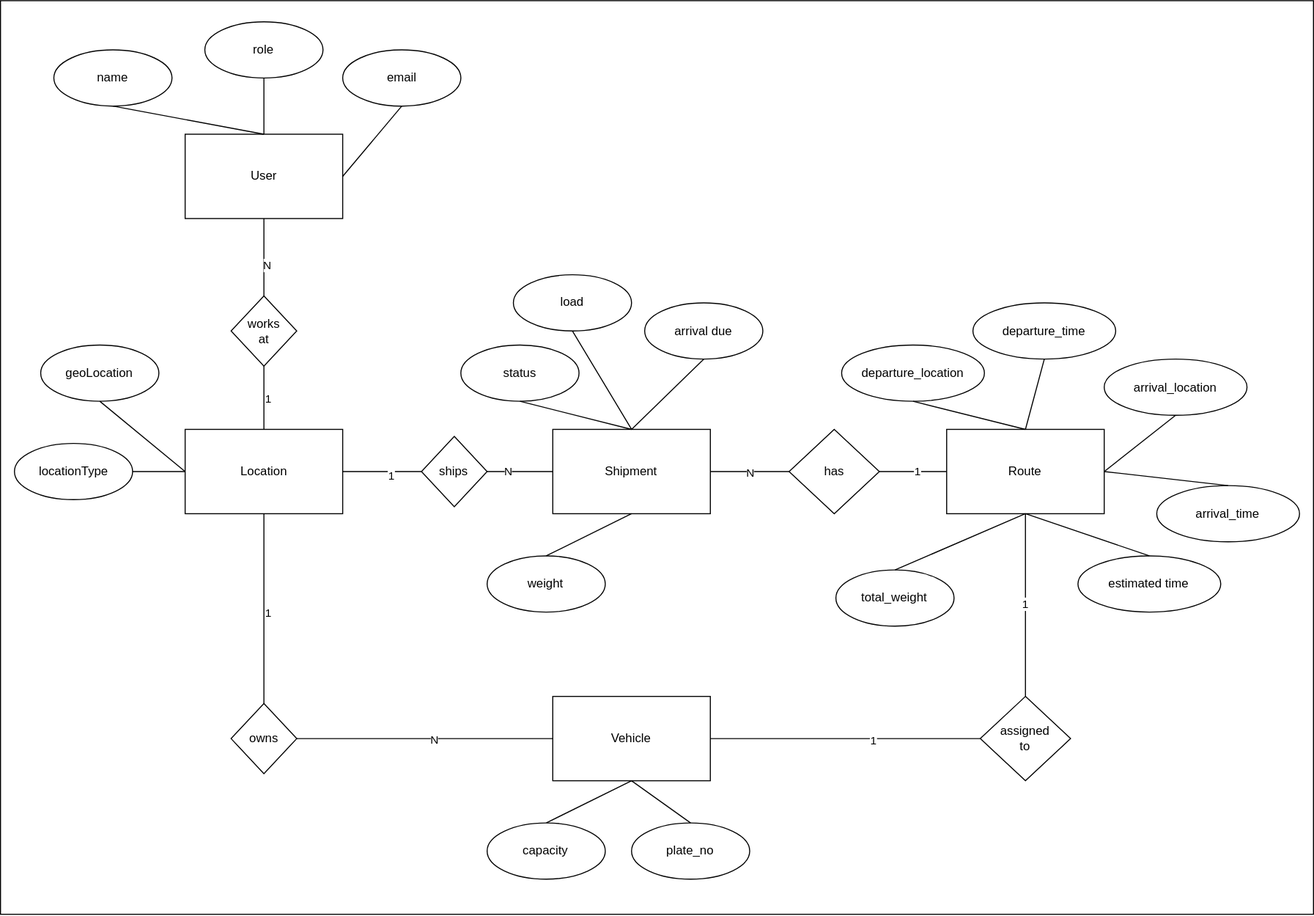
Before: datenmodell.drawio.svg, a diagram exported from draw.io (ISxOdin/neurofleet_public). Source tidied: cells renumbered, new cells last; positions are measured from the earlier drawing's top-left corner, leaving out a move shared by most shapes. Source of this version:
```xml
<mxGraphModel background="#ffffff">
  <root>
    <mxCell id="0" />
    <mxCell id="1" parent="0" />
    <mxCell id="2" style="group;" parent="1" vertex="1">
      <mxGeometry width="1280" height="890" as="geometry" />
    </mxCell>
    <mxCell id="3" style="rounded=0;whiteSpace=wrap;html=1;" parent="2" vertex="1">
      <mxGeometry width="1280" height="890" as="geometry" />
    </mxCell>
    <mxCell id="4" value="Location" style="rounded=0;whiteSpace=wrap;html=1;" parent="2" vertex="1">
      <mxGeometry x="180" y="417.6" width="153.6" height="82.2" as="geometry" />
    </mxCell>
    <mxCell id="5" value="locationType" style="ellipse;whiteSpace=wrap;html=1;rounded=0;" parent="2" vertex="1">
      <mxGeometry x="13.6" y="431.3" width="115.2" height="54.8" as="geometry" />
    </mxCell>
    <mxCell id="6" value="geoLocation" style="ellipse;whiteSpace=wrap;html=1;rounded=0;" parent="2" vertex="1">
      <mxGeometry x="39.2" y="335.5" width="115.2" height="54.8" as="geometry" />
    </mxCell>
    <mxCell id="7" value="owns" style="rhombus;whiteSpace=wrap;html=1;rounded=0;" parent="2" vertex="1">
      <mxGeometry x="224.8" y="684.6" width="64" height="68.5" as="geometry" />
    </mxCell>
    <mxCell id="8" style="endArrow=none;html=1;entryX=0.5;entryY=1;entryDx=0;entryDy=0;exitX=0.5;exitY=0;exitDx=0;exitDy=0;" parent="2" edge="1" source="7" target="4">
      <mxGeometry relative="1" as="geometry" />
    </mxCell>
    <mxCell id="9" value="1" style="edgeLabel;html=1;align=center;verticalAlign=middle;" parent="8" vertex="1">
      <mxGeometry x="-0.05" y="-3" relative="1" as="geometry" />
    </mxCell>
    <mxCell id="10" style="endArrow=none;html=1;entryX=1;entryY=0.5;entryDx=0;entryDy=0;exitX=0;exitY=0.5;exitDx=0;exitDy=0;" parent="2" edge="1" source="4" target="5">
      <mxGeometry relative="1" as="geometry" />
    </mxCell>
    <mxCell id="11" style="endArrow=none;html=1;entryX=0.5;entryY=1;entryDx=0;entryDy=0;exitX=0;exitY=0.5;exitDx=0;exitDy=0;" parent="2" edge="1" source="4" target="6">
      <mxGeometry relative="1" as="geometry" />
    </mxCell>
    <mxCell id="12" value="Vehicle" style="whiteSpace=wrap;html=1;rounded=0;" parent="2" vertex="1">
      <mxGeometry x="538.4" y="677.8" width="153.6" height="82.2" as="geometry" />
    </mxCell>
    <mxCell id="13" style="endArrow=none;html=1;entryX=0;entryY=0.5;entryDx=0;entryDy=0;exitX=1;exitY=0.5;exitDx=0;exitDy=0;" parent="2" edge="1" source="7" target="12">
      <mxGeometry relative="1" as="geometry" />
    </mxCell>
    <mxCell id="14" value="N" style="edgeLabel;html=1;align=center;verticalAlign=middle;" parent="13" vertex="1">
      <mxGeometry x="0.07" relative="1" as="geometry" />
    </mxCell>
    <mxCell id="15" style="endArrow=none;html=1;entryX=0.5;entryY=1;entryDx=0;entryDy=0;exitX=0.5;exitY=0;exitDx=0;exitDy=0;" parent="2" edge="1" source="21" target="12">
      <mxGeometry relative="1" as="geometry" />
    </mxCell>
    <mxCell id="16" value="Shipment" style="rounded=0;whiteSpace=wrap;html=1;" parent="2" vertex="1">
      <mxGeometry x="538.4" y="417.6" width="153.6" height="82.2" as="geometry" />
    </mxCell>
    <mxCell id="17" value="ships" style="rhombus;whiteSpace=wrap;html=1;rounded=0;" parent="2" vertex="1">
      <mxGeometry x="410.4" y="424.5" width="64" height="68.5" as="geometry" />
    </mxCell>
    <mxCell id="18" style="endArrow=none;html=1;entryX=0;entryY=0.5;entryDx=0;entryDy=0;exitX=1;exitY=0.5;exitDx=0;exitDy=0;" parent="2" edge="1" source="4" target="17">
      <mxGeometry relative="1" as="geometry" />
    </mxCell>
    <mxCell id="19" value="1" style="edgeLabel;html=1;align=center;verticalAlign=middle;" parent="18" vertex="1">
      <mxGeometry x="0.2" y="-3" relative="1" as="geometry" />
    </mxCell>
    <mxCell id="20" value="Route" style="rounded=0;whiteSpace=wrap;html=1;" parent="2" vertex="1">
      <mxGeometry x="922.4" y="417.6" width="153.6" height="82.2" as="geometry" />
    </mxCell>
    <mxCell id="21" value="capacity" style="ellipse;whiteSpace=wrap;html=1;rounded=0;" parent="2" vertex="1">
      <mxGeometry x="474.4" y="801" width="115.2" height="54.8" as="geometry" />
    </mxCell>
    <mxCell id="22" value="status" style="ellipse;whiteSpace=wrap;html=1;rounded=0;" parent="2" vertex="1">
      <mxGeometry x="448.8" y="335.5" width="115.2" height="54.8" as="geometry" />
    </mxCell>
    <mxCell id="23" value="load" style="ellipse;whiteSpace=wrap;html=1;rounded=0;" parent="2" vertex="1">
      <mxGeometry x="500" y="267" width="115.2" height="54.8" as="geometry" />
    </mxCell>
    <mxCell id="24" value="assigned&lt;div&gt;to&lt;/div&gt;" style="rhombus;whiteSpace=wrap;html=1;rounded=0;" parent="2" vertex="1">
      <mxGeometry x="955.2" y="677.8" width="88" height="82.2" as="geometry" />
    </mxCell>
    <mxCell id="25" value="1" style="endArrow=none;html=1;entryX=0.5;entryY=0;entryDx=0;entryDy=0;exitX=0.5;exitY=1;exitDx=0;exitDy=0;" parent="2" edge="1" source="20" target="24">
      <mxGeometry relative="1" as="geometry" />
    </mxCell>
    <mxCell id="26" style="endArrow=none;html=1;entryX=1;entryY=0.5;entryDx=0;entryDy=0;exitX=0;exitY=0.5;exitDx=0;exitDy=0;" parent="2" edge="1" source="24" target="12">
      <mxGeometry relative="1" as="geometry" />
    </mxCell>
    <mxCell id="27" value="1" style="edgeLabel;html=1;align=center;verticalAlign=middle;" parent="26" vertex="1">
      <mxGeometry x="-0.2" y="1" relative="1" as="geometry" />
    </mxCell>
    <mxCell id="28" style="endArrow=none;html=1;entryX=0.5;entryY=0;entryDx=0;entryDy=0;exitX=0.5;exitY=1;exitDx=0;exitDy=0;" parent="2" edge="1" source="22" target="16">
      <mxGeometry relative="1" as="geometry" />
    </mxCell>
    <mxCell id="29" style="endArrow=none;html=1;entryX=0.5;entryY=1;entryDx=0;entryDy=0;exitX=0.5;exitY=0;exitDx=0;exitDy=0;" parent="2" edge="1" source="16" target="23">
      <mxGeometry relative="1" as="geometry" />
    </mxCell>
    <mxCell id="30" style="endArrow=none;html=1;entryX=0;entryY=0.5;entryDx=0;entryDy=0;exitX=1;exitY=0.5;exitDx=0;exitDy=0;" parent="2" edge="1" source="17" target="16">
      <mxGeometry relative="1" as="geometry" />
    </mxCell>
    <mxCell id="31" value="N" style="edgeLabel;html=1;align=center;verticalAlign=middle;" parent="30" vertex="1">
      <mxGeometry x="-0.36" y="1" relative="1" as="geometry" />
    </mxCell>
    <mxCell id="32" value="arrival due" style="ellipse;whiteSpace=wrap;html=1;rounded=0;" parent="2" vertex="1">
      <mxGeometry x="628" y="294.4" width="115.2" height="54.8" as="geometry" />
    </mxCell>
    <mxCell id="33" style="endArrow=none;html=1;entryX=0.5;entryY=1;entryDx=0;entryDy=0;exitX=0.5;exitY=0;exitDx=0;exitDy=0;" parent="2" edge="1" source="16" target="32">
      <mxGeometry relative="1" as="geometry" />
    </mxCell>
    <mxCell id="34" value="has" style="rhombus;whiteSpace=wrap;html=1;rounded=0;" parent="2" vertex="1">
      <mxGeometry x="768.8" y="417.6" width="88" height="82.2" as="geometry" />
    </mxCell>
    <mxCell id="35" style="endArrow=none;html=1;entryX=0;entryY=0.5;entryDx=0;entryDy=0;exitX=1;exitY=0.5;exitDx=0;exitDy=0;" parent="2" edge="1" source="34" target="20">
      <mxGeometry relative="1" as="geometry" />
    </mxCell>
    <mxCell id="36" value="1" style="edgeLabel;html=1;align=center;verticalAlign=middle;" parent="35" vertex="1">
      <mxGeometry x="0.14" y="1" relative="1" as="geometry" />
    </mxCell>
    <mxCell id="37" style="endArrow=none;html=1;entryX=0;entryY=0.5;entryDx=0;entryDy=0;exitX=1;exitY=0.5;exitDx=0;exitDy=0;" parent="2" edge="1" source="16" target="34">
      <mxGeometry relative="1" as="geometry" />
    </mxCell>
    <mxCell id="38" value="N" style="edgeLabel;html=1;align=center;verticalAlign=middle;" parent="37" vertex="1">
      <mxGeometry relative="1" as="geometry" />
    </mxCell>
    <mxCell id="39" value="departure_time" style="ellipse;whiteSpace=wrap;html=1;rounded=0;" parent="2" vertex="1">
      <mxGeometry x="948" y="294.4" width="139.2" height="54.8" as="geometry" />
    </mxCell>
    <mxCell id="40" value="arrival_time" style="ellipse;whiteSpace=wrap;html=1;rounded=0;" parent="2" vertex="1">
      <mxGeometry x="1127.2" y="472.4" width="139.2" height="54.8" as="geometry" />
    </mxCell>
    <mxCell id="41" value="departure_location" style="ellipse;whiteSpace=wrap;html=1;rounded=0;" parent="2" vertex="1">
      <mxGeometry x="820" y="335.5" width="139.2" height="54.8" as="geometry" />
    </mxCell>
    <mxCell id="42" value="arrival_location" style="ellipse;whiteSpace=wrap;html=1;rounded=0;" parent="2" vertex="1">
      <mxGeometry x="1076" y="349.2" width="139.2" height="54.8" as="geometry" />
    </mxCell>
    <mxCell id="43" style="endArrow=none;html=1;entryX=0.5;entryY=0;entryDx=0;entryDy=0;exitX=0.5;exitY=1;exitDx=0;exitDy=0;" parent="2" edge="1" source="39" target="20">
      <mxGeometry relative="1" as="geometry" />
    </mxCell>
    <mxCell id="44" style="endArrow=none;html=1;entryX=0.5;entryY=0;entryDx=0;entryDy=0;exitX=0.5;exitY=1;exitDx=0;exitDy=0;" parent="2" edge="1" source="41" target="20">
      <mxGeometry relative="1" as="geometry" />
    </mxCell>
    <mxCell id="45" style="endArrow=none;html=1;entryX=1;entryY=0.5;entryDx=0;entryDy=0;exitX=0.5;exitY=1;exitDx=0;exitDy=0;" parent="2" edge="1" source="42" target="20">
      <mxGeometry relative="1" as="geometry" />
    </mxCell>
    <mxCell id="46" style="endArrow=none;html=1;entryX=1;entryY=0.5;entryDx=0;entryDy=0;exitX=0.5;exitY=0;exitDx=0;exitDy=0;" parent="2" edge="1" source="40" target="20">
      <mxGeometry relative="1" as="geometry" />
    </mxCell>
    <mxCell id="47" value="plate_no" style="ellipse;whiteSpace=wrap;html=1;rounded=0;" parent="2" vertex="1">
      <mxGeometry x="615.2" y="801" width="115.2" height="54.8" as="geometry" />
    </mxCell>
    <mxCell id="48" style="endArrow=none;html=1;entryX=0.5;entryY=0;entryDx=0;entryDy=0;exitX=0.5;exitY=1;exitDx=0;exitDy=0;" parent="2" edge="1" source="12" target="47">
      <mxGeometry relative="1" as="geometry" />
    </mxCell>
    <mxCell id="49" value="estimated time" style="ellipse;whiteSpace=wrap;html=1;rounded=0;" parent="2" vertex="1">
      <mxGeometry x="1050.4" y="540.8" width="139.2" height="54.8" as="geometry" />
    </mxCell>
    <mxCell id="50" style="endArrow=none;html=1;entryX=0.5;entryY=1;entryDx=0;entryDy=0;exitX=0.5;exitY=0;exitDx=0;exitDy=0;" parent="2" edge="1" source="49" target="20">
      <mxGeometry relative="1" as="geometry" />
    </mxCell>
    <mxCell id="51" value="works&lt;div&gt;at&lt;/div&gt;" style="rhombus;whiteSpace=wrap;html=1;rounded=0;" parent="2" vertex="1">
      <mxGeometry x="224.8" y="287.5" width="64" height="68.5" as="geometry" />
    </mxCell>
    <mxCell id="52" value="User" style="whiteSpace=wrap;html=1;rounded=0;" parent="2" vertex="1">
      <mxGeometry x="180" y="130.1" width="153.6" height="82.2" as="geometry" />
    </mxCell>
    <mxCell id="53" style="endArrow=none;html=1;entryX=0.5;entryY=1;entryDx=0;entryDy=0;exitX=0.5;exitY=0;exitDx=0;exitDy=0;" parent="2" edge="1" source="51" target="52">
      <mxGeometry relative="1" as="geometry" />
    </mxCell>
    <mxCell id="54" value="N" style="edgeLabel;html=1;align=center;verticalAlign=middle;" parent="53" vertex="1">
      <mxGeometry x="-0.21" y="-2" relative="1" as="geometry" />
    </mxCell>
    <mxCell id="55" style="endArrow=none;html=1;entryX=0.5;entryY=1;entryDx=0;entryDy=0;exitX=0.5;exitY=0;exitDx=0;exitDy=0;" parent="2" edge="1" source="4" target="51">
      <mxGeometry relative="1" as="geometry" />
    </mxCell>
    <mxCell id="56" value="1" style="edgeLabel;html=1;align=center;verticalAlign=middle;" parent="55" vertex="1">
      <mxGeometry x="-0.05" y="-3" relative="1" as="geometry" />
    </mxCell>
    <mxCell id="57" value="name" style="ellipse;whiteSpace=wrap;html=1;rounded=0;" parent="2" vertex="1">
      <mxGeometry x="52" y="47.9" width="115.2" height="54.8" as="geometry" />
    </mxCell>
    <mxCell id="58" style="endArrow=none;html=1;entryX=0.5;entryY=1;entryDx=0;entryDy=0;exitX=0.5;exitY=0;exitDx=0;exitDy=0;" parent="2" edge="1" source="52" target="57">
      <mxGeometry relative="1" as="geometry" />
    </mxCell>
    <mxCell id="59" value="role" style="ellipse;whiteSpace=wrap;html=1;rounded=0;" parent="2" vertex="1">
      <mxGeometry x="199.2" y="20.5" width="115.2" height="54.8" as="geometry" />
    </mxCell>
    <mxCell id="60" style="endArrow=none;html=1;entryX=0.5;entryY=1;entryDx=0;entryDy=0;exitX=0.5;exitY=0;exitDx=0;exitDy=0;" parent="2" edge="1" source="52" target="59">
      <mxGeometry relative="1" as="geometry" />
    </mxCell>
    <mxCell id="61" value="email" style="ellipse;whiteSpace=wrap;html=1;rounded=0;" parent="2" vertex="1">
      <mxGeometry x="333.6" y="47.9" width="115.2" height="54.8" as="geometry" />
    </mxCell>
    <mxCell id="62" style="endArrow=none;html=1;entryX=0.5;entryY=1;entryDx=0;entryDy=0;exitX=1;exitY=0.5;exitDx=0;exitDy=0;" parent="2" edge="1" source="52" target="61">
      <mxGeometry relative="1" as="geometry" />
    </mxCell>
    <mxCell id="63" value="weight" style="ellipse;whiteSpace=wrap;html=1;rounded=0;" parent="2" vertex="1">
      <mxGeometry x="474.4" y="540.8" width="115.2" height="54.8" as="geometry" />
    </mxCell>
    <mxCell id="64" style="endArrow=none;html=1;entryX=0.5;entryY=0;entryDx=0;entryDy=0;exitX=0.5;exitY=1;exitDx=0;exitDy=0;" parent="2" edge="1" source="16" target="63">
      <mxGeometry relative="1" as="geometry" />
    </mxCell>
    <mxCell id="65" value="total_weight" style="ellipse;whiteSpace=wrap;html=1;rounded=0;" parent="2" vertex="1">
      <mxGeometry x="814.4" y="554.5" width="115.2" height="54.8" as="geometry" />
    </mxCell>
    <mxCell id="66" style="endArrow=none;html=1;entryX=0.5;entryY=0;entryDx=0;entryDy=0;exitX=0.5;exitY=1;exitDx=0;exitDy=0;" parent="2" edge="1" source="20" target="65">
      <mxGeometry relative="1" as="geometry" />
    </mxCell>
  </root>
</mxGraphModel>
```
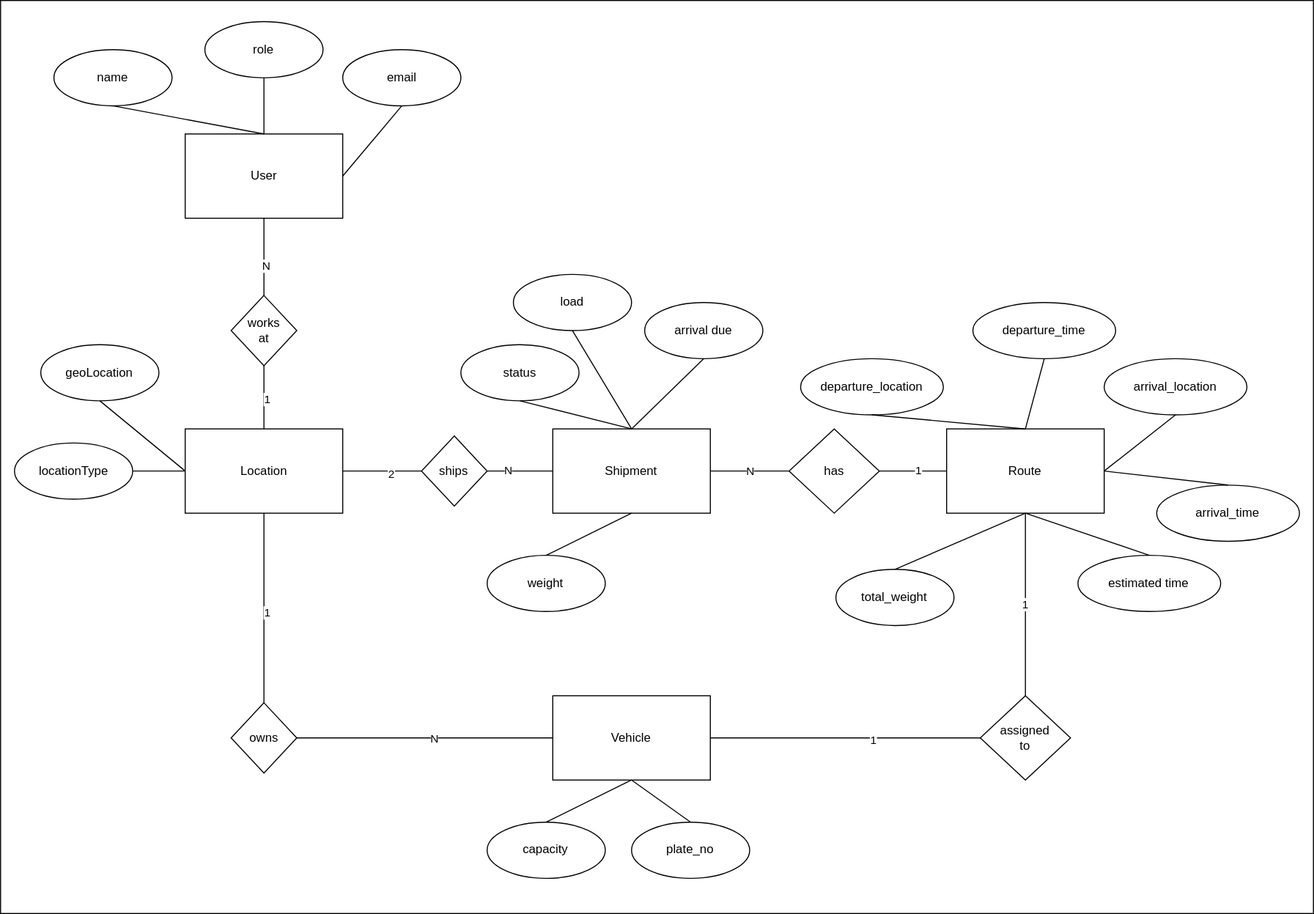
The same diagram one commit later.

Change to the diagram source:
```diff
@@ -53,7 +53,7 @@
     <mxCell id="18" style="endArrow=none;html=1;entryX=0;entryY=0.5;entryDx=0;entryDy=0;exitX=1;exitY=0.5;exitDx=0;exitDy=0;" parent="2" edge="1" source="4" target="17">
       <mxGeometry relative="1" as="geometry" />
     </mxCell>
-    <mxCell id="19" value="1" style="edgeLabel;html=1;align=center;verticalAlign=middle;" parent="18" vertex="1">
+    <mxCell id="19" value="2" style="edgeLabel;html=1;align=center;verticalAlign=middle;" parent="18" vertex="1">
       <mxGeometry x="0.2" y="-3" relative="1" as="geometry" />
     </mxCell>
     <mxCell id="20" value="Route" style="rounded=0;whiteSpace=wrap;html=1;" parent="2" vertex="1">
@@ -120,7 +120,7 @@
       <mxGeometry x="1127.2" y="472.4" width="139.2" height="54.8" as="geometry" />
     </mxCell>
     <mxCell id="41" value="departure_location" style="ellipse;whiteSpace=wrap;html=1;rounded=0;" parent="2" vertex="1">
-      <mxGeometry x="820" y="335.5" width="139.2" height="54.8" as="geometry" />
+      <mxGeometry x="780" y="349.2" width="139.2" height="54.8" as="geometry" />
     </mxCell>
     <mxCell id="42" value="arrival_location" style="ellipse;whiteSpace=wrap;html=1;rounded=0;" parent="2" vertex="1">
       <mxGeometry x="1076" y="349.2" width="139.2" height="54.8" as="geometry" />
```
